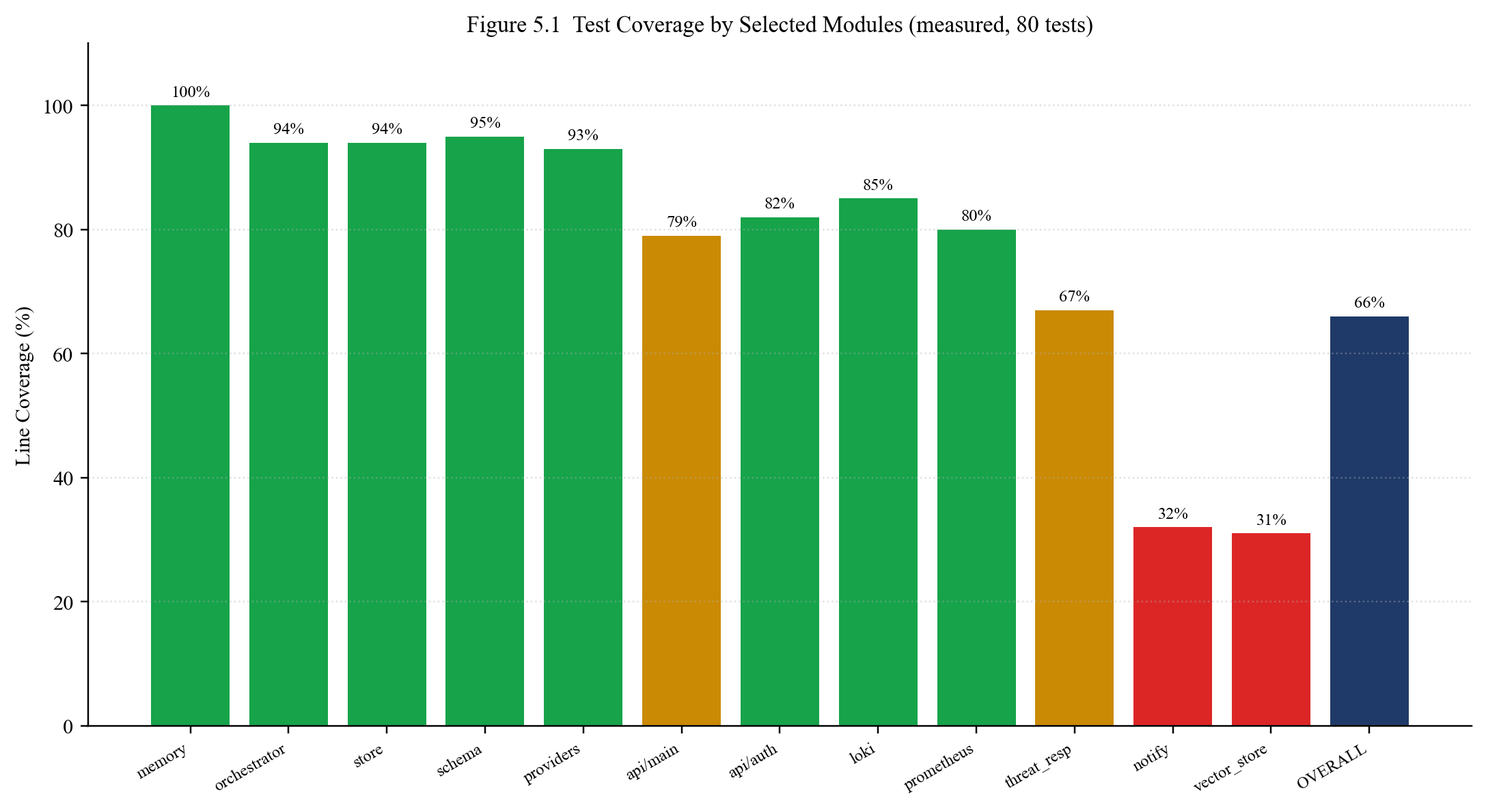
Before: docs/masters_project/figures/fig_5_1_acceptance.png, a diagram exported from Mermaid (sagesta/infraguad_ai). Its source is kept beside it as docs/masters_project/figures/mermaid/fig_5_1_acceptance.mmd.
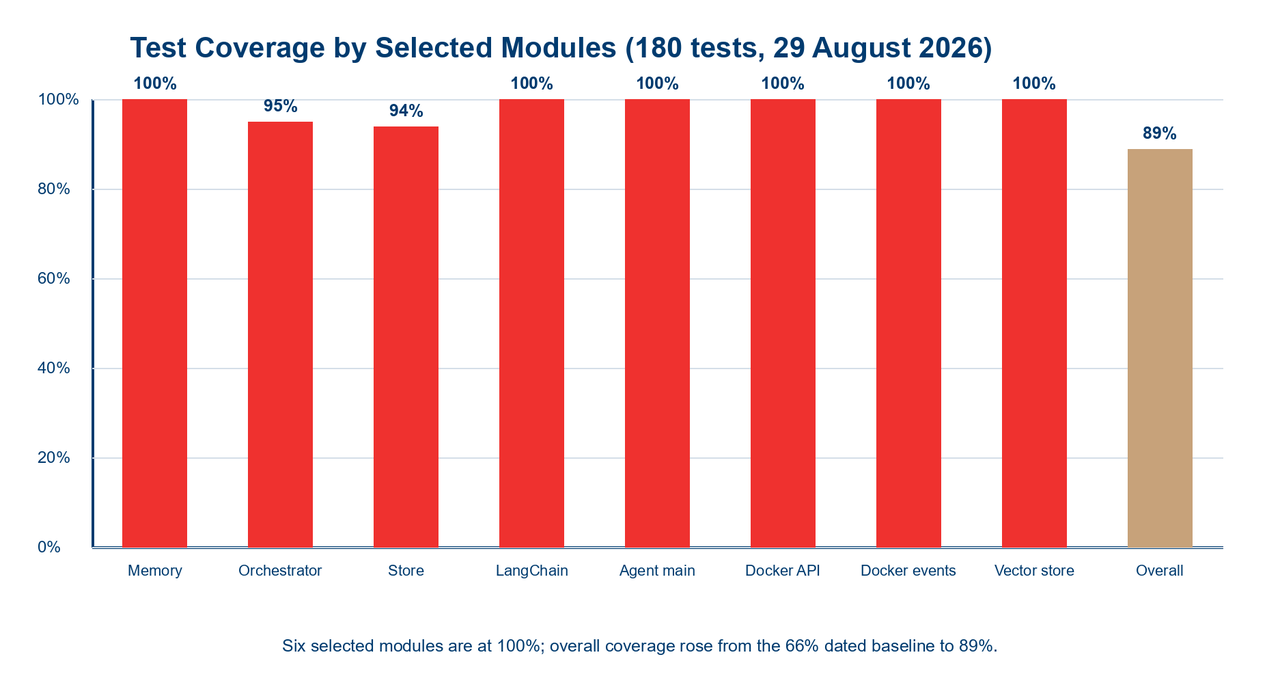
The same file after the commit.

The edit, as a diff of the source:
```diff
@@ -1,5 +1,5 @@
 xychart-beta
-  title "Test Coverage by Module (measured, 52 tests)"
-  x-axis ["memory", "orch", "store", "mw", "api", "loki", "prom", "threat", "prompts", "gemini", "ALL"]
+  title "Post-Review Verification — 180 Passing Tests"
+  x-axis ["Mem", "Graph", "Store", "LC", "Entry", "DockerAPI", "DockerEvt", "Vector", "All"]
   y-axis "Line coverage (%)" 0 --> 100
-  bar [100, 94, 94, 99, 76, 85, 80, 67, 62, 23, 55]
+  bar [100, 95, 94, 100, 100, 100, 100, 100, 89]
```
